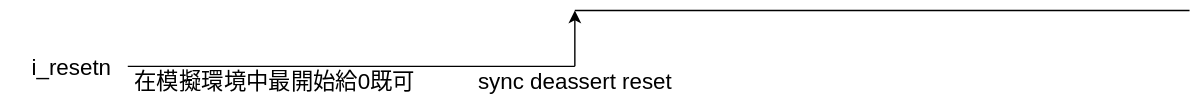
jnjnliwenjie0022/obs keeps this draw.io diagram as de/platform_clk_resetn_gen/gen_resetn/include/power_on_reset_clock_sequence.svg. Above is the earlier version. Source tidied: cells renumbered, new cells last; positions are measured from the earlier drawing's top-left corner, leaving out a move shared by most shapes.
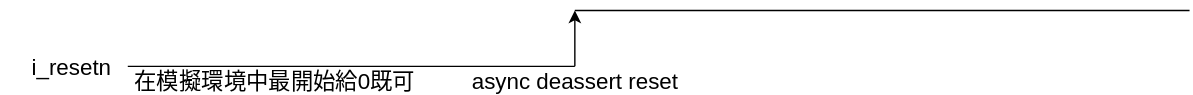
Above is the later version.

The edit, as a diff of the source:
```diff
@@ -23,7 +23,7 @@
     <mxCell id="5" value="i_resetn" style="rounded=0;whiteSpace=wrap;html=1;fontSize=16;fillColor=none;strokeColor=none;align=right;" parent="1" vertex="1">
       <mxGeometry y="30" width="80" height="20" as="geometry" />
     </mxCell>
-    <mxCell id="6" value="sync&amp;nbsp;deassert&amp;nbsp;reset" style="rounded=0;whiteSpace=wrap;html=1;fontSize=16;fillColor=none;strokeColor=none;align=center;" parent="1" vertex="1">
+    <mxCell id="6" value="async&amp;nbsp;deassert&amp;nbsp;reset" style="rounded=0;whiteSpace=wrap;html=1;fontSize=16;fillColor=none;strokeColor=none;align=center;" parent="1" vertex="1">
       <mxGeometry x="340" y="40" width="140" height="20" as="geometry" />
     </mxCell>
     <mxCell id="7" value="在模擬環境中最開始給0既可" style="rounded=0;whiteSpace=wrap;html=1;fontSize=16;fillColor=none;strokeColor=none;align=center;" parent="1" vertex="1">
```
